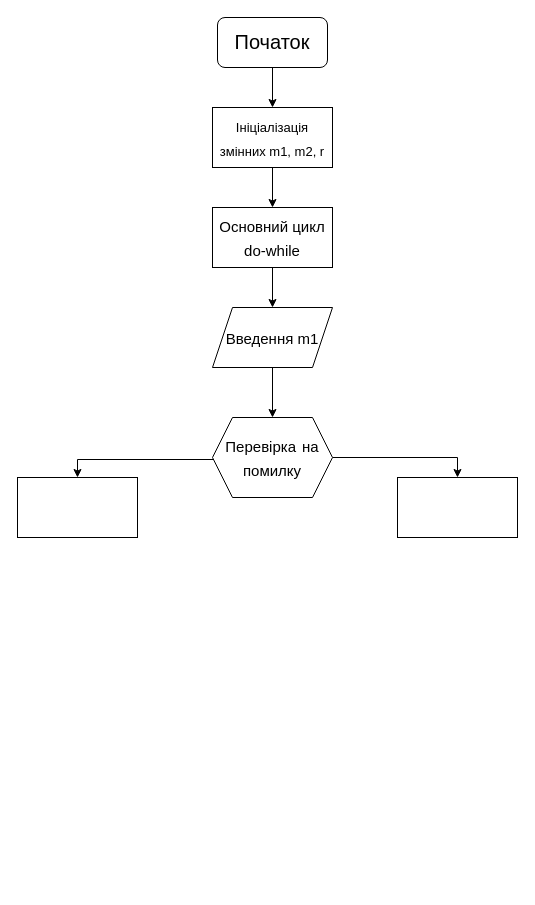
Earlier version of the draw.io diagram Диаграмма без названия.drawio (hpxxph/1000-7). Source tidied: cells renumbered, new cells numbered last; positions are measured from the earlier drawing's top-left corner, leaving out a move shared by most shapes. Both pictures are drawn from the tidied source at 100%, with x=0, y=0 at pixel (17, 17).
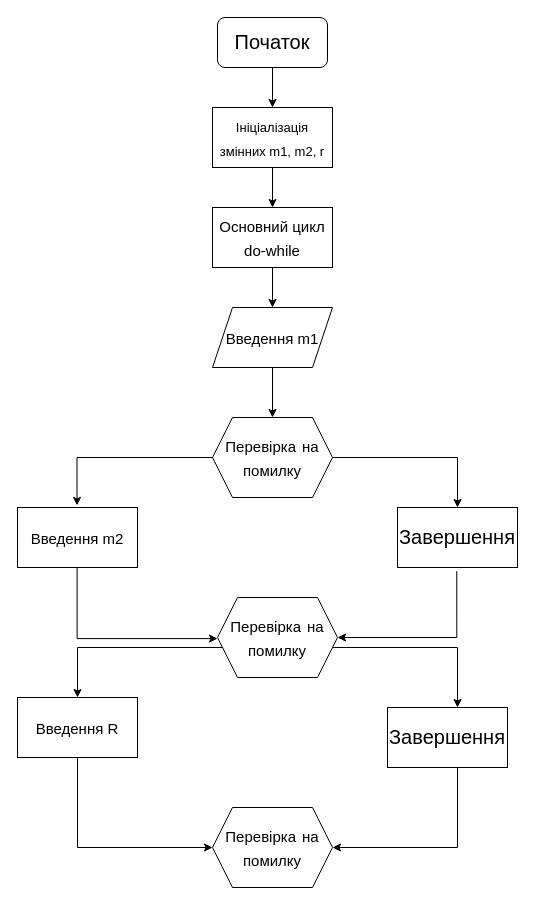
After the change.

Unchanged cells that the change refers to:
```xml
<mxCell id="12" value="&lt;font style=&quot;font-size: 15px;&quot;&gt;Перевірка на помилку&lt;/font&gt;" style="shape=hexagon;perimeter=hexagonPerimeter2;whiteSpace=wrap;html=1;fixedSize=1;hachureGap=4;fontFamily=Architects Daughter;fontSize=20;" parent="1" vertex="1">
  <mxGeometry x="195" y="400" width="120" height="80" as="geometry" />
</mxCell>
```

Diff of the diagram source:
```diff
@@
-    <mxCell id="10" style="edgeStyle=orthogonalEdgeStyle;rounded=0;hachureGap=4;orthogonalLoop=1;jettySize=auto;html=1;entryX=0.45;entryY=-0.033;entryDx=0;entryDy=0;fontFamily=Architects Daughter;fontSize=16;entryPerimeter=0;" parent="1" edge="1">
-      <mxGeometry relative="1" as="geometry">
-        <mxPoint x="211" y="442" as="sourcePoint" />
-        <mxPoint x="60" y="460" as="targetPoint" />
-        <Array as="points">
-          <mxPoint x="60" y="442" />
-        </Array>
-      </mxGeometry>
-    </mxCell>
@@
-    <mxCell id="13" style="rounded=0;whiteSpace=wrap;html=1;hachureGap=4;fontFamily=Architects Daughter;fontSize=20;" parent="1" vertex="1">
-      <mxGeometry x="380" y="460" width="120" height="60" as="geometry" />
+    <mxCell id="13" value="Завершення" style="rounded=0;whiteSpace=wrap;html=1;hachureGap=4;fontFamily=Architects Daughter;fontSize=20;" parent="1" vertex="1">
+      <mxGeometry x="380" y="490" width="120" height="60" as="geometry" />
     </mxCell>
-    <mxCell id="14" style="rounded=0;whiteSpace=wrap;html=1;hachureGap=4;fontFamily=Architects Daughter;fontSize=20;" parent="1" vertex="1">
-      <mxGeometry y="460" width="120" height="60" as="geometry" />
+    <mxCell id="14" value="&lt;font style=&quot;font-size: 15px;&quot; face=&quot;Helvetica&quot;&gt;Введення m2&lt;/font&gt;" style="rounded=0;whiteSpace=wrap;html=1;hachureGap=4;fontFamily=Architects Daughter;fontSize=20;" parent="1" vertex="1">
+      <mxGeometry y="490" width="120" height="60" as="geometry" />
     </mxCell>
+    <mxCell id="15" style="edgeStyle=orthogonalEdgeStyle;rounded=0;hachureGap=4;jettySize=auto;html=1;entryX=0.496;entryY=-0.035;entryDx=0;entryDy=0;entryPerimeter=0;fontFamily=Architects Daughter;fontSize=16;" parent="1" edge="1" source="12" target="14">
+      <mxGeometry relative="1" as="geometry" />
+    </mxCell>
+    <mxCell id="16" style="edgeStyle=orthogonalEdgeStyle;rounded=0;hachureGap=4;orthogonalLoop=1;jettySize=auto;html=1;entryX=0.003;entryY=0.685;entryDx=0;entryDy=0;entryPerimeter=0;fontFamily=Architects Daughter;fontSize=16;" parent="1" edge="1">
+      <mxGeometry relative="1" as="geometry">
+        <mxPoint x="59.6" y="550" as="sourcePoint" />
+        <mxPoint x="200" y="621.1" as="targetPoint" />
+        <Array as="points">
+          <mxPoint x="59.6" y="621" />
+        </Array>
+      </mxGeometry>
+    </mxCell>
+    <mxCell id="17" style="edgeStyle=orthogonalEdgeStyle;rounded=0;hachureGap=4;jettySize=auto;html=1;entryX=1;entryY=0.5;entryDx=0;entryDy=0;fontFamily=Architects Daughter;fontSize=16;" parent="1" edge="1" source="18" target="25">
+      <mxGeometry relative="1" as="geometry">
+        <Array as="points">
+          <mxPoint x="440" y="830" />
+        </Array>
+      </mxGeometry>
+    </mxCell>
+    <mxCell id="18" value="Завершення" style="rounded=0;whiteSpace=wrap;html=1;hachureGap=4;fontFamily=Architects Daughter;fontSize=20;" parent="1" vertex="1">
+      <mxGeometry x="370" y="690" width="120" height="60" as="geometry" />
+    </mxCell>
+    <mxCell id="19" style="edgeStyle=orthogonalEdgeStyle;rounded=0;hachureGap=4;jettySize=auto;html=1;entryX=0;entryY=0.5;entryDx=0;entryDy=0;fontFamily=Architects Daughter;fontSize=16;" parent="1" edge="1" source="20" target="25">
+      <mxGeometry relative="1" as="geometry">
+        <Array as="points">
+          <mxPoint x="60" y="830" />
+        </Array>
+      </mxGeometry>
+    </mxCell>
+    <mxCell id="20" value="&lt;font style=&quot;font-size: 15px;&quot; face=&quot;Helvetica&quot;&gt;Введення R&lt;/font&gt;" style="rounded=0;whiteSpace=wrap;html=1;hachureGap=4;fontFamily=Architects Daughter;fontSize=20;" parent="1" vertex="1">
+      <mxGeometry y="680" width="120" height="60" as="geometry" />
+    </mxCell>
+    <mxCell id="21" style="edgeStyle=orthogonalEdgeStyle;rounded=0;hachureGap=4;jettySize=auto;html=1;fontFamily=Architects Daughter;fontSize=16;" parent="1" edge="1" source="23">
+      <mxGeometry relative="1" as="geometry">
+        <mxPoint x="60" y="680" as="targetPoint" />
+        <Array as="points">
+          <mxPoint x="60" y="630" />
+        </Array>
+      </mxGeometry>
+    </mxCell>
+    <mxCell id="22" style="edgeStyle=orthogonalEdgeStyle;rounded=0;hachureGap=4;jettySize=auto;html=1;fontFamily=Architects Daughter;fontSize=16;" parent="1" edge="1" source="23">
+      <mxGeometry relative="1" as="geometry">
+        <mxPoint x="440" y="690" as="targetPoint" />
+        <Array as="points">
+          <mxPoint x="440" y="630" />
+        </Array>
+      </mxGeometry>
+    </mxCell>
+    <mxCell id="23" value="&lt;font style=&quot;font-size: 15px;&quot;&gt;Перевірка на помилку&lt;/font&gt;" style="shape=hexagon;perimeter=hexagonPerimeter2;whiteSpace=wrap;html=1;fixedSize=1;hachureGap=4;fontFamily=Architects Daughter;fontSize=20;" parent="1" vertex="1">
+      <mxGeometry x="200" y="580" width="120" height="80" as="geometry" />
+    </mxCell>
+    <mxCell id="24" style="edgeStyle=orthogonalEdgeStyle;rounded=0;hachureGap=4;jettySize=auto;html=1;entryX=1;entryY=0.625;entryDx=0;entryDy=0;entryPerimeter=0;fontFamily=Architects Daughter;fontSize=16;exitX=0.494;exitY=1.061;exitDx=0;exitDy=0;exitPerimeter=0;" parent="1" edge="1" source="13">
+      <mxGeometry relative="1" as="geometry">
+        <mxPoint x="320" y="620" as="targetPoint" />
+        <Array as="points">
+          <mxPoint x="439" y="620" />
+        </Array>
+      </mxGeometry>
+    </mxCell>
+    <mxCell id="25" value="&lt;font style=&quot;font-size: 15px;&quot;&gt;Перевірка на помилку&lt;/font&gt;" style="shape=hexagon;perimeter=hexagonPerimeter2;whiteSpace=wrap;html=1;fixedSize=1;hachureGap=4;fontFamily=Architects Daughter;fontSize=20;" parent="1" vertex="1">
+      <mxGeometry x="195" y="790" width="120" height="80" as="geometry" />
+    </mxCell>
```
